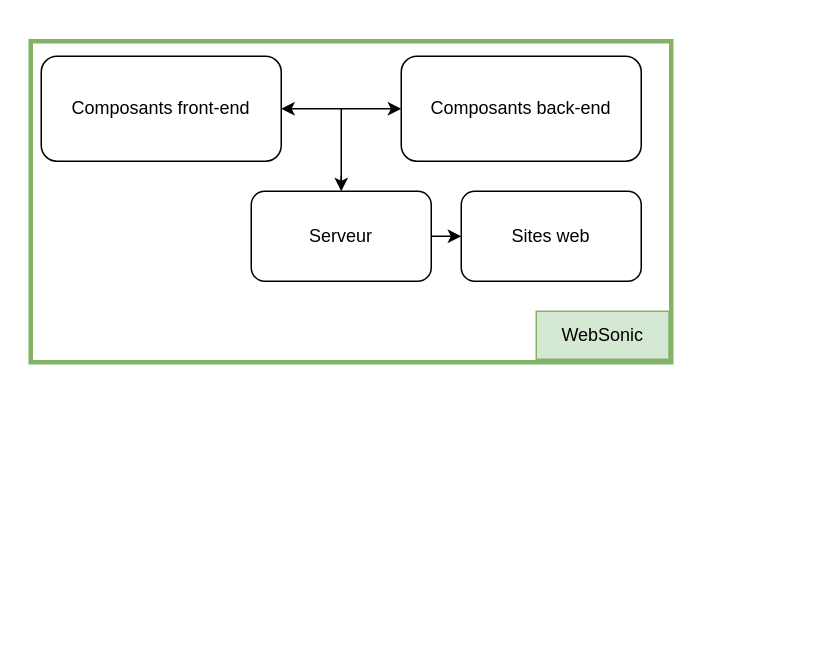
cjour/audit_logistics keeps this draw.io diagram as WebSonic architecture base applicative.drawio. Above is the earlier version. Source tidied: cells renumbered, new cells numbered last; positions are measured from the earlier drawing's top-left corner, leaving out a move shared by most shapes. Both pictures are drawn from the tidied source at 150%, with x=0, y=0 at pixel (26, 26).
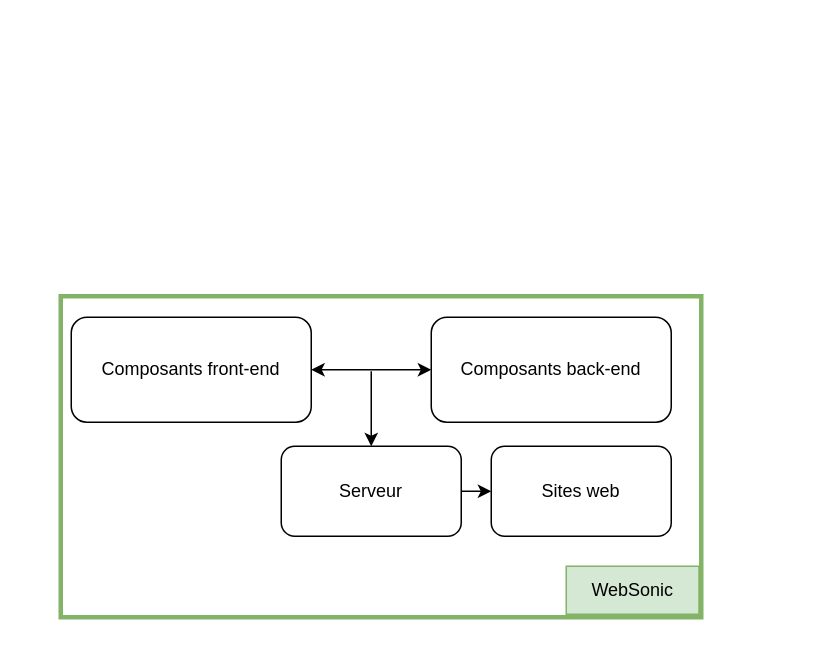
Above is the later version.

Commit message (it also covers changes not shown here):
Mettre à jour WebSonic architecture base applicative.drawio

What changed in the source:
```diff
@@
 <mxGraphModel>
   <root>
     <mxCell id="0" />
     <mxCell id="1" parent="0" />
-    <mxCell id="2" style="group;" parent="1" vertex="1">
-      <mxGeometry width="507.2" height="320" as="geometry" />
-    </mxCell>
+    <mxCell id="14" style="endArrow=classic;html=1;rounded=0;entryX=0.5;entryY=0;entryDx=0;entryDy=0;" parent="1" edge="1" target="6">
+      <mxGeometry relative="1" as="geometry">
+        <mxPoint x="230" y="230" as="sourcePoint" />
+      </mxGeometry>
+    </mxCell>
-    <mxCell id="3" style="rounded=0;whiteSpace=wrap;html=1;fillColor=none;strokeColor=#82b366;strokeWidth=3;" parent="2" vertex="1">
-      <mxGeometry x="3" y="10" width="427" height="214" as="geometry" />
+    <mxCell id="3" style="rounded=0;whiteSpace=wrap;html=1;fillColor=none;strokeColor=#82b366;strokeWidth=3;" parent="1" vertex="1">
+      <mxGeometry x="23" y="180" width="427" height="214" as="geometry" />
     </mxCell>
-    <mxCell id="4" value="WebSonic" style="rounded=0;whiteSpace=wrap;html=1;fillColor=#d5e8d4;strokeColor=#82b366;" parent="2" vertex="1">
-      <mxGeometry x="340" y="190" width="88.5" height="32" as="geometry" />
+    <mxCell id="4" value="WebSonic" style="rounded=0;whiteSpace=wrap;html=1;fillColor=#d5e8d4;strokeColor=#82b366;" parent="1" vertex="1">
+      <mxGeometry x="360" y="360" width="88.5" height="32" as="geometry" />
     </mxCell>
-    <mxCell id="5" value="Sites web" style="rounded=1;whiteSpace=wrap;html=1;" parent="2" vertex="1">
-      <mxGeometry x="290" y="110" width="120" height="60" as="geometry" />
+    <mxCell id="5" value="Sites web" style="rounded=1;whiteSpace=wrap;html=1;" parent="1" vertex="1">
+      <mxGeometry x="310" y="280" width="120" height="60" as="geometry" />
     </mxCell>
-    <mxCell id="6" value="Serveur" style="rounded=1;whiteSpace=wrap;html=1;" parent="2" vertex="1">
-      <mxGeometry x="150" y="110" width="120" height="60" as="geometry" />
+    <mxCell id="6" value="Serveur" style="rounded=1;whiteSpace=wrap;html=1;" parent="1" vertex="1">
+      <mxGeometry x="170" y="280" width="120" height="60" as="geometry" />
     </mxCell>
-    <mxCell id="7" value="Composants front-end" style="rounded=1;whiteSpace=wrap;html=1;" parent="2" vertex="1">
-      <mxGeometry x="10" y="20" width="160" height="70" as="geometry" />
+    <mxCell id="7" value="Composants front-end" style="rounded=1;whiteSpace=wrap;html=1;" parent="1" vertex="1">
+      <mxGeometry x="30" y="194" width="160" height="70" as="geometry" />
     </mxCell>
-    <mxCell id="8" value="Composants back-end" style="rounded=1;whiteSpace=wrap;html=1;" parent="2" vertex="1">
-      <mxGeometry x="250" y="20" width="160" height="70" as="geometry" />
+    <mxCell id="8" value="Composants back-end" style="rounded=1;whiteSpace=wrap;html=1;" parent="1" vertex="1">
+      <mxGeometry x="270" y="194" width="160" height="70" as="geometry" />
     </mxCell>
-    <mxCell id="9" style="group;" parent="2" vertex="1">
-      <mxGeometry x="210" y="55" height="50" as="geometry" />
-    </mxCell>
-    <mxCell id="10" style="endArrow=none;html=1;rounded=0;" parent="9" edge="1">
-      <mxGeometry relative="1" as="geometry">
-        <mxPoint y="50" as="sourcePoint" />
-        <mxPoint as="targetPoint" />
-      </mxGeometry>
-    </mxCell>
-    <mxCell id="11" style="endArrow=classic;startArrow=classic;html=1;rounded=0;exitX=1;exitY=0.5;exitDx=0;exitDy=0;entryX=0;entryY=0.5;entryDx=0;entryDy=0;" parent="2" edge="1" source="7" target="8">
+    <mxCell id="11" style="endArrow=classic;startArrow=classic;html=1;rounded=0;exitX=1;exitY=0.5;exitDx=0;exitDy=0;entryX=0;entryY=0.5;entryDx=0;entryDy=0;" parent="1" edge="1" source="7" target="8">
       <mxGeometry relative="1" as="geometry" />
     </mxCell>
-    <mxCell id="12" style="endArrow=classic;html=1;rounded=0;exitX=1;exitY=0.5;exitDx=0;exitDy=0;entryX=0;entryY=0.5;entryDx=0;entryDy=0;" parent="2" edge="1" source="6" target="5">
+    <mxCell id="12" style="endArrow=classic;html=1;rounded=0;exitX=1;exitY=0.5;exitDx=0;exitDy=0;entryX=0;entryY=0.5;entryDx=0;entryDy=0;" parent="1" edge="1" source="6" target="5">
       <mxGeometry relative="1" as="geometry" />
     </mxCell>
-    <mxCell id="13" style="endArrow=classic;html=1;rounded=0;" parent="1" edge="1">
-      <mxGeometry relative="1" as="geometry">
-        <mxPoint x="210" y="100" as="sourcePoint" />
-        <mxPoint x="210" y="110" as="targetPoint" />
-      </mxGeometry>
-    </mxCell>
   </root>
 </mxGraphModel>
```
